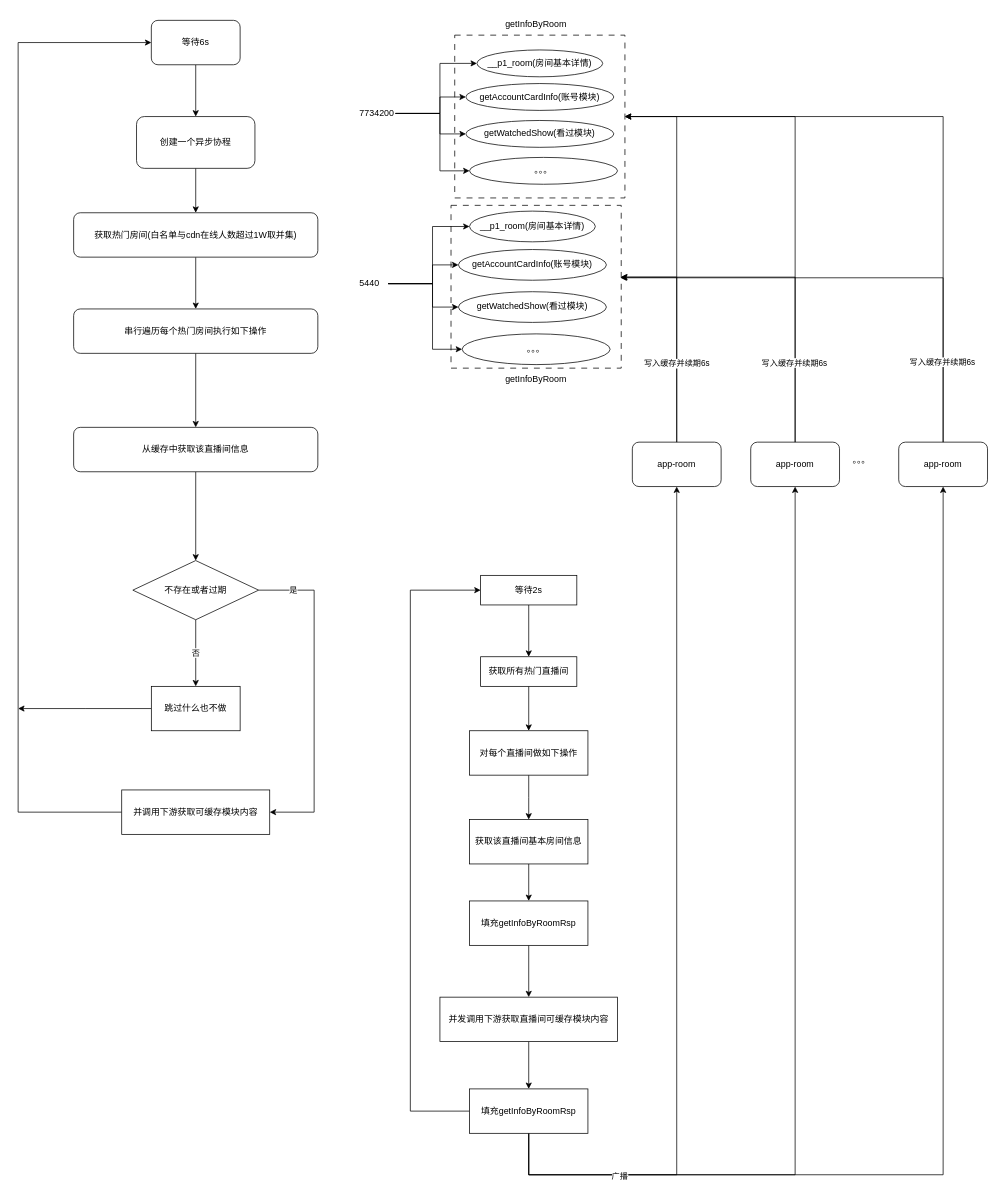
smartcharles/tech_draw keeps this draw.io diagram as 改造后的房间维度的本地缓存重构框架.drawio. Above is the earlier version. Source tidied: cells renumbered, new cells numbered last; positions are measured from the earlier drawing's top-left corner, leaving out a move shared by most shapes. Both pictures are drawn from the tidied source at 74%, with x=0, y=0 at pixel (18, 13).
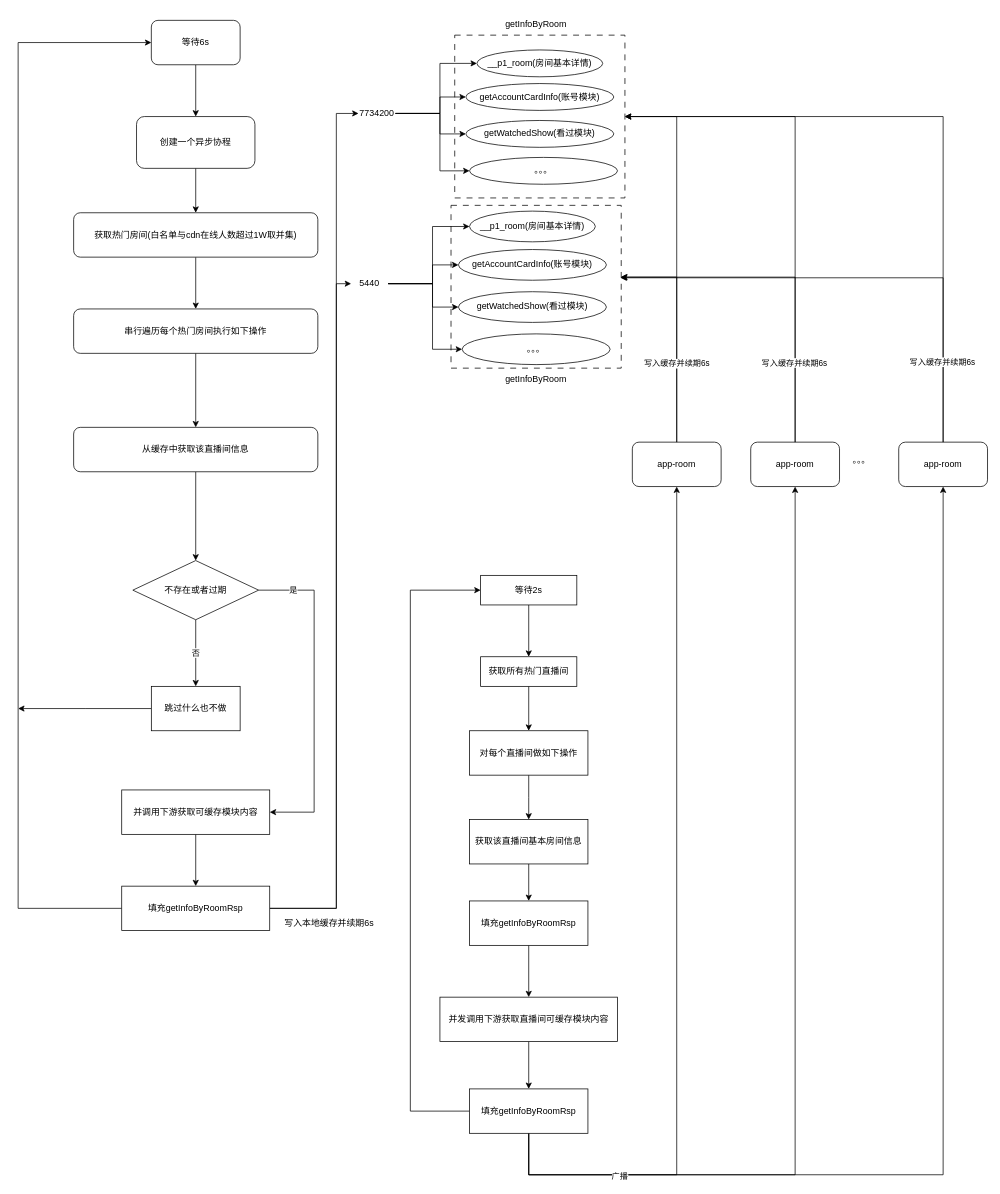
The same page after the edit.

Commit message (it also covers changes not shown here):
更新改造后的房间维度的本地缓存重构框架.drawio

The change refers to these unchanged cells:
```xml
<mxCell id="8" value="7734200" style="text;strokeColor=none;align=center;fillColor=none;html=1;verticalAlign=middle;whiteSpace=wrap;rounded=0;" parent="2" vertex="1">
  <mxGeometry y="69.9" width="50" height="31.8" as="geometry" />
</mxCell>
<mxCell id="13" style="group;" parent="2" vertex="1">
  <mxGeometry x="-10" y="217.8" width="470" height="372.2" as="geometry" />
</mxCell>
<mxCell id="19" value="5440" style="text;strokeColor=none;align=center;fillColor=none;html=1;verticalAlign=middle;whiteSpace=wrap;rounded=0;" parent="13" vertex="1">
  <mxGeometry y="79.9" width="50" height="36.3" as="geometry" />
</mxCell>
<mxCell id="58" value="等待6s" style="rounded=1;whiteSpace=wrap;html=1;" parent="1" vertex="1">
  <mxGeometry x="180" y="10" width="120" height="60" as="geometry" />
</mxCell>
<mxCell id="75" value="并调用下游获取可缓存模块内容" style="rounded=0;whiteSpace=wrap;html=1;" parent="1" vertex="1">
  <mxGeometry x="140" y="1050" width="200" height="60" as="geometry" />
</mxCell>
```

The edit, as a diff of the source:
```diff
@@
+    <mxCell id="76" style="edgeStyle=orthogonalEdgeStyle;rounded=0;orthogonalLoop=1;jettySize=auto;html=1;" parent="13" edge="1">
+      <mxGeometry relative="1" as="geometry">
+        <mxPoint x="25" y="92.2" as="sourcePoint" />
+        <mxPoint x="25" y="92.2" as="targetPoint" />
+      </mxGeometry>
+    </mxCell>
@@
-    <mxCell id="74" style="edgeStyle=orthogonalEdgeStyle;rounded=0;jettySize=auto;html=1;entryX=0;entryY=0.5;entryDx=0;entryDy=0;" parent="1" edge="1" source="75" target="58">
-      <mxGeometry relative="1" as="geometry">
-        <Array as="points">
-          <mxPoint y="1080" />
-          <mxPoint y="40" />
-        </Array>
-      </mxGeometry>
-    </mxCell>
+    <mxCell id="77" style="edgeStyle=orthogonalEdgeStyle;rounded=0;jettySize=auto;html=1;entryX=0.5;entryY=0;entryDx=0;entryDy=0;" parent="1" edge="1" source="75" target="81">
+      <mxGeometry relative="1" as="geometry" />
+    </mxCell>
@@
+    <mxCell id="78" style="edgeStyle=orthogonalEdgeStyle;rounded=0;jettySize=auto;html=1;entryX=0;entryY=0.5;entryDx=0;entryDy=0;" parent="1" edge="1" source="81" target="58">
+      <mxGeometry relative="1" as="geometry">
+        <Array as="points">
+          <mxPoint y="1210" />
+          <mxPoint y="40" />
+        </Array>
+      </mxGeometry>
+    </mxCell>
+    <mxCell id="79" style="edgeStyle=orthogonalEdgeStyle;rounded=0;jettySize=auto;html=1;entryX=0;entryY=0.5;entryDx=0;entryDy=0;" parent="1" edge="1" source="81" target="8">
+      <mxGeometry relative="1" as="geometry">
+        <Array as="points">
+          <mxPoint x="430" y="1210" />
+          <mxPoint x="430" y="136" />
+        </Array>
+      </mxGeometry>
+    </mxCell>
+    <mxCell id="80" style="edgeStyle=orthogonalEdgeStyle;rounded=0;jettySize=auto;html=1;entryX=0;entryY=0.5;entryDx=0;entryDy=0;" parent="1" edge="1" source="81" target="19">
+      <mxGeometry relative="1" as="geometry">
+        <Array as="points">
+          <mxPoint x="430" y="1210" />
+          <mxPoint x="430" y="366" />
+        </Array>
+      </mxGeometry>
+    </mxCell>
+    <mxCell id="81" value="填充getInfoByRoomRsp" style="rounded=0;whiteSpace=wrap;html=1;" parent="1" vertex="1">
+      <mxGeometry x="140" y="1180" width="200" height="60" as="geometry" />
+    </mxCell>
+    <mxCell id="82" value="写入本地缓存并续期6s" style="text;html=1;align=center;verticalAlign=middle;strokeColor=none;fillColor=none;" parent="1" vertex="1">
+      <mxGeometry x="350" y="1215" width="140" height="30" as="geometry" />
+    </mxCell>
```
